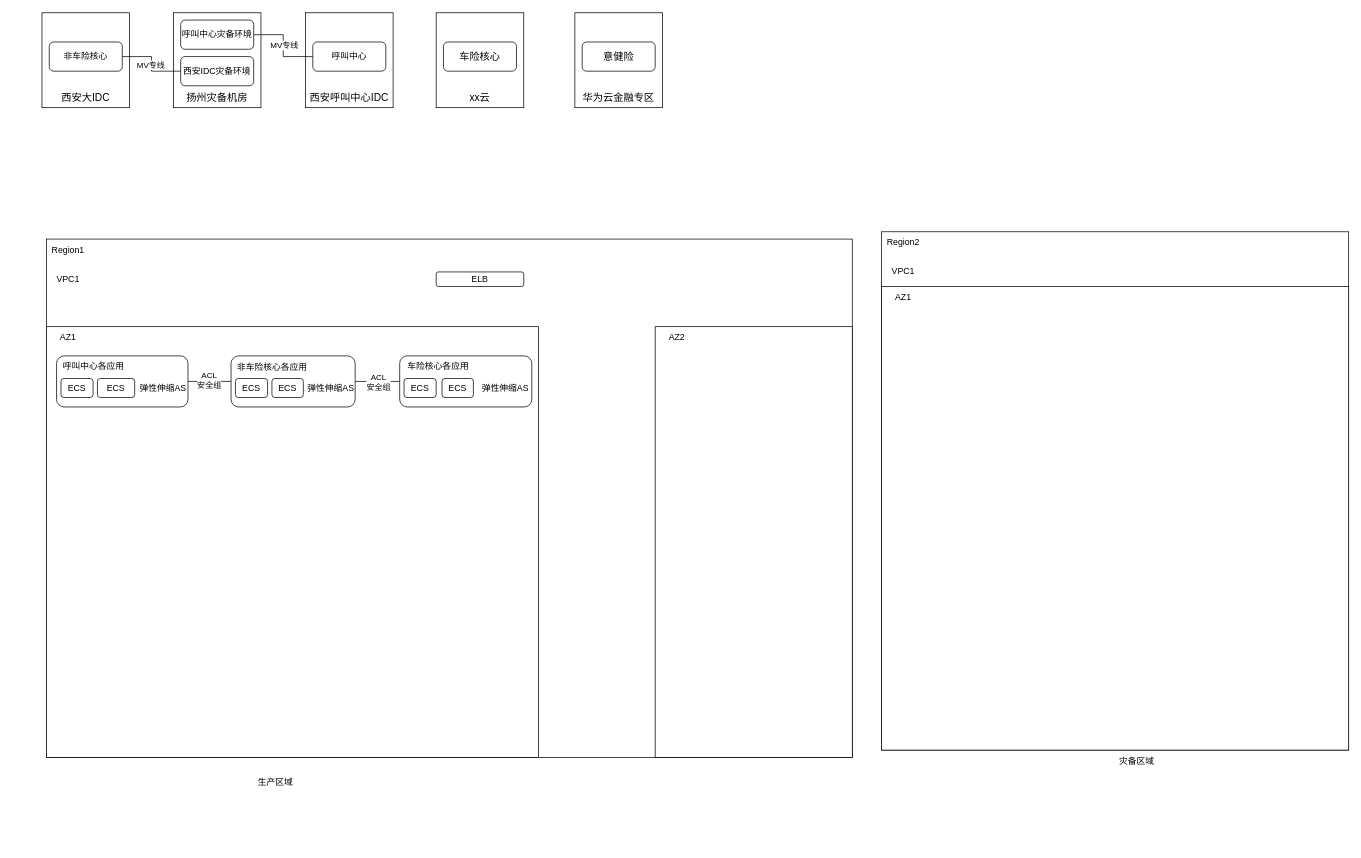
This is 华为云上云架构设计研讨.drawio from wucaitian/wucaitian, a draw.io file, before an edit. Source tidied: cells renumbered, new cells numbered last; positions are measured from the earlier drawing's top-left corner, leaving out a move shared by most shapes. Both pictures are drawn from the tidied source at 73%, with x=0, y=0 at pixel (42, 12).
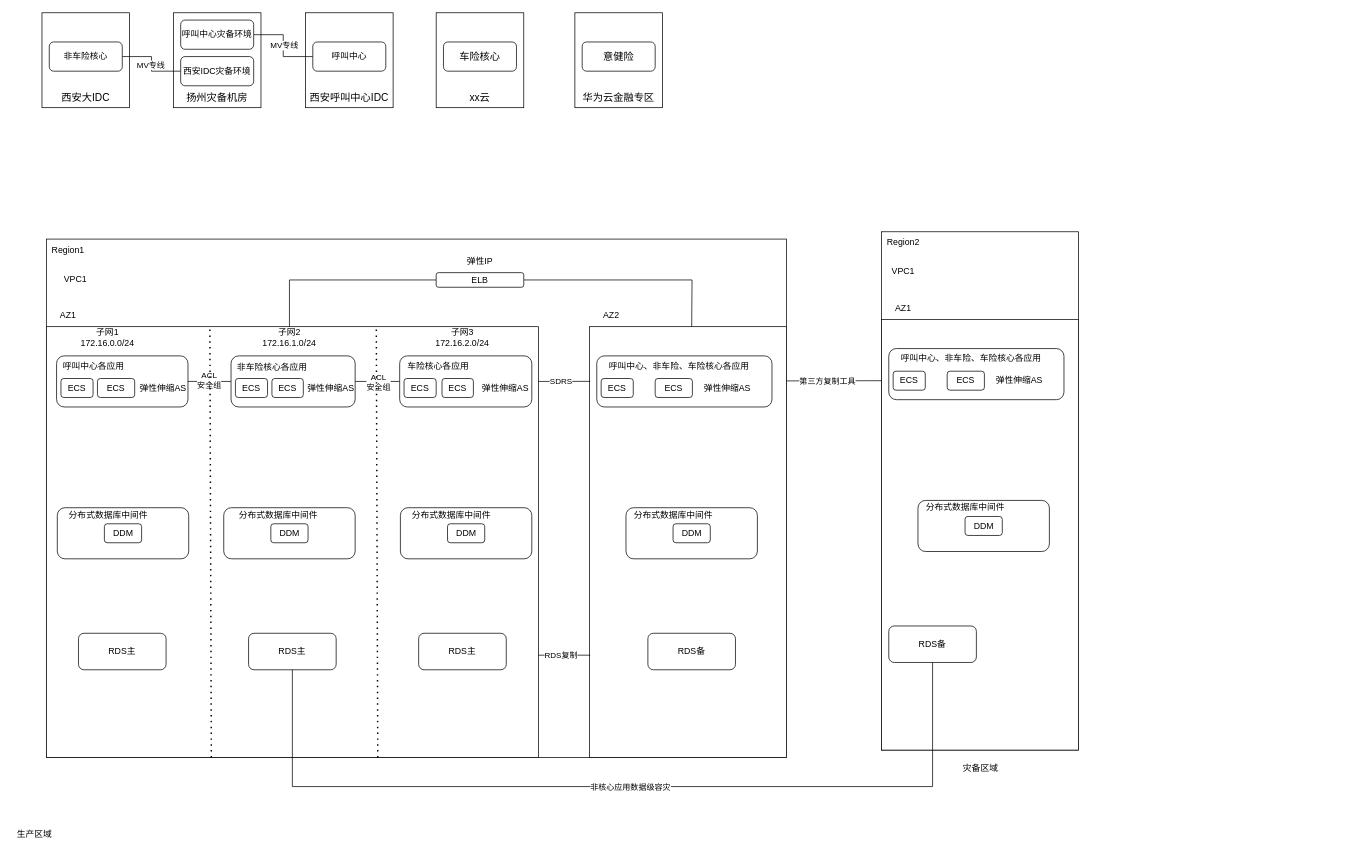
The same diagram, later.

Commit message (it also covers changes not shown here):
更新华为云上云架构设计研讨.drawio

The edit, as a diff of the source:
```diff
@@
     <mxCell id="17" value="&lt;p style=&quot;margin: 0pt 0pt 0.0001pt; text-align: justify; font-family: Calibri; font-size: 10.5pt;&quot; class=&quot;MsoNormal&quot;&gt;&lt;br&gt;&lt;/p&gt;" style="rounded=0;whiteSpace=wrap;html=1;" parent="1" vertex="1">
-      <mxGeometry x="6" y="310" width="1104" height="710" as="geometry" />
+      <mxGeometry x="6" y="310" width="1014" height="710" as="geometry" />
     </mxCell>
@@
     <mxCell id="20" value="VPC1" style="text;html=1;strokeColor=none;fillColor=none;align=center;verticalAlign=middle;whiteSpace=wrap;rounded=0;" parent="1" vertex="1">
-      <mxGeometry x="6" y="350" width="60" height="30" as="geometry" />
+      <mxGeometry x="16" y="350" width="60" height="30" as="geometry" />
     </mxCell>
     <mxCell id="21" style="rounded=0;whiteSpace=wrap;html=1;" parent="1" vertex="1">
-      <mxGeometry x="840" y="430" width="270" height="590" as="geometry" />
+      <mxGeometry x="750" y="430" width="270" height="590" as="geometry" />
     </mxCell>
     <mxCell id="22" value="AZ1" style="text;html=1;strokeColor=none;fillColor=none;align=center;verticalAlign=middle;whiteSpace=wrap;rounded=0;" parent="1" vertex="1">
-      <mxGeometry x="6" y="430" width="60" height="30" as="geometry" />
+      <mxGeometry x="6" y="400" width="60" height="30" as="geometry" />
     </mxCell>
     <mxCell id="23" value="AZ2" style="text;html=1;strokeColor=none;fillColor=none;align=center;verticalAlign=middle;whiteSpace=wrap;rounded=0;" parent="1" vertex="1">
-      <mxGeometry x="840" y="430" width="60" height="30" as="geometry" />
+      <mxGeometry x="750" y="400" width="60" height="30" as="geometry" />
     </mxCell>
     <mxCell id="24" value="生产区域" style="text;html=1;strokeColor=none;fillColor=none;align=center;verticalAlign=middle;whiteSpace=wrap;rounded=0;" parent="1" vertex="1">
-      <mxGeometry x="290" y="1040" width="60" height="30" as="geometry" />
+      <mxGeometry x="-40" y="1110" width="60" height="30" as="geometry" />
     </mxCell>
     <mxCell id="25" value="&lt;p style=&quot;margin: 0pt 0pt 0.0001pt; text-align: justify; font-family: Calibri; font-size: 10.5pt;&quot; class=&quot;MsoNormal&quot;&gt;&lt;br&gt;&lt;/p&gt;" style="rounded=0;whiteSpace=wrap;html=1;" parent="1" vertex="1">
-      <mxGeometry x="1150" y="300" width="640" height="710" as="geometry" />
+      <mxGeometry x="1150" y="300" width="270" height="710" as="geometry" />
     </mxCell>
@@
-    <mxCell id="27" style="rounded=0;whiteSpace=wrap;html=1;" parent="1" vertex="1">
-      <mxGeometry x="1150" y="375" width="640" height="635" as="geometry" />
-    </mxCell>
@@
-    <mxCell id="29" value="AZ1" style="text;html=1;strokeColor=none;fillColor=none;align=center;verticalAlign=middle;whiteSpace=wrap;rounded=0;" parent="1" vertex="1">
-      <mxGeometry x="1150" y="375" width="60" height="30" as="geometry" />
-    </mxCell>
     <mxCell id="30" value="灾备区域" style="text;html=1;strokeColor=none;fillColor=none;align=center;verticalAlign=middle;whiteSpace=wrap;rounded=0;" parent="1" vertex="1">
-      <mxGeometry x="1470" y="1010" width="60" height="30" as="geometry" />
+      <mxGeometry x="1255.5" y="1020" width="60" height="30" as="geometry" />
     </mxCell>
+    <mxCell id="51" style="edgeStyle=orthogonalEdgeStyle;rounded=0;jettySize=auto;html=1;entryX=0.5;entryY=0;entryDx=0;entryDy=0;endArrow=none;endFill=0;" parent="1" edge="1" source="31" target="62">
+      <mxGeometry relative="1" as="geometry" />
+    </mxCell>
+    <mxCell id="52" style="edgeStyle=orthogonalEdgeStyle;rounded=0;jettySize=auto;html=1;endArrow=none;endFill=0;" parent="1" edge="1" source="31">
+      <mxGeometry relative="1" as="geometry">
+        <mxPoint x="890" y="430" as="targetPoint" />
+      </mxGeometry>
+    </mxCell>
     <mxCell id="31" value="ELB" style="rounded=1;whiteSpace=wrap;html=1;" parent="1" vertex="1">
-      <mxGeometry x="540" y="355" width="120" height="20" as="geometry" />
+      <mxGeometry x="540" y="356" width="120" height="20" as="geometry" />
     </mxCell>
@@
+    <mxCell id="53" style="rounded=1;whiteSpace=wrap;html=1;" parent="1" vertex="1">
+      <mxGeometry x="21" y="678" width="180" height="70" as="geometry" />
+    </mxCell>
+    <mxCell id="54" value="DDM" style="rounded=1;whiteSpace=wrap;html=1;" parent="1" vertex="1">
+      <mxGeometry x="85.5" y="700" width="51" height="26" as="geometry" />
+    </mxCell>
+    <mxCell id="55" style="rounded=1;whiteSpace=wrap;html=1;" parent="1" vertex="1">
+      <mxGeometry x="249" y="678" width="180" height="70" as="geometry" />
+    </mxCell>
+    <mxCell id="56" value="DDM" style="rounded=1;whiteSpace=wrap;html=1;" parent="1" vertex="1">
+      <mxGeometry x="313.5" y="700" width="51" height="26" as="geometry" />
+    </mxCell>
+    <mxCell id="57" style="rounded=1;whiteSpace=wrap;html=1;" parent="1" vertex="1">
+      <mxGeometry x="491" y="678" width="180" height="70" as="geometry" />
+    </mxCell>
+    <mxCell id="58" value="DDM" style="rounded=1;whiteSpace=wrap;html=1;" parent="1" vertex="1">
+      <mxGeometry x="555.5" y="700" width="51" height="26" as="geometry" />
+    </mxCell>
+    <mxCell id="59" style="endArrow=none;dashed=1;html=1;dashPattern=1 3;strokeWidth=2;rounded=0;" parent="1" edge="1">
+      <mxGeometry relative="1" as="geometry">
+        <mxPoint x="460" y="1020" as="sourcePoint" />
+        <mxPoint x="458" y="430" as="targetPoint" />
+      </mxGeometry>
+    </mxCell>
+    <mxCell id="60" style="endArrow=none;dashed=1;html=1;dashPattern=1 3;strokeWidth=2;rounded=0;" parent="1" edge="1">
+      <mxGeometry relative="1" as="geometry">
+        <mxPoint x="232" y="1020" as="sourcePoint" />
+        <mxPoint x="230" y="430" as="targetPoint" />
+      </mxGeometry>
+    </mxCell>
+    <mxCell id="61" value="子网1&lt;br&gt;172.16.0.0/24" style="text;html=1;strokeColor=none;fillColor=none;align=center;verticalAlign=middle;whiteSpace=wrap;rounded=0;" parent="1" vertex="1">
+      <mxGeometry x="60" y="430" width="60" height="30" as="geometry" />
+    </mxCell>
+    <mxCell id="62" value="子网2&lt;br&gt;172.16.1.0/24" style="text;html=1;strokeColor=none;fillColor=none;align=center;verticalAlign=middle;whiteSpace=wrap;rounded=0;" parent="1" vertex="1">
+      <mxGeometry x="309" y="430" width="60" height="30" as="geometry" />
+    </mxCell>
+    <mxCell id="63" value="子网3&lt;br&gt;172.16.2.0/24" style="text;html=1;strokeColor=none;fillColor=none;align=center;verticalAlign=middle;whiteSpace=wrap;rounded=0;" parent="1" vertex="1">
+      <mxGeometry x="546" y="430" width="60" height="30" as="geometry" />
+    </mxCell>
+    <mxCell id="64" style="rounded=1;whiteSpace=wrap;html=1;" parent="1" vertex="1">
+      <mxGeometry x="760" y="470" width="240" height="70" as="geometry" />
+    </mxCell>
+    <mxCell id="65" value="ECS" style="rounded=1;whiteSpace=wrap;html=1;" parent="1" vertex="1">
+      <mxGeometry x="766" y="501" width="44" height="26" as="geometry" />
+    </mxCell>
+    <mxCell id="66" value="ECS" style="rounded=1;whiteSpace=wrap;html=1;" parent="1" vertex="1">
+      <mxGeometry x="840" y="501" width="51" height="26" as="geometry" />
+    </mxCell>
+    <mxCell id="67" value="弹性伸缩AS" style="text;html=1;strokeColor=none;fillColor=none;align=center;verticalAlign=middle;whiteSpace=wrap;rounded=0;" parent="1" vertex="1">
+      <mxGeometry x="904" y="499" width="70" height="30" as="geometry" />
+    </mxCell>
+    <mxCell id="68" value="呼叫中心、非车险、车险核心各应用" style="text;html=1;strokeColor=none;fillColor=none;align=center;verticalAlign=middle;whiteSpace=wrap;rounded=0;" parent="1" vertex="1">
+      <mxGeometry x="766" y="469" width="214" height="30" as="geometry" />
+    </mxCell>
+    <mxCell id="69" value="RDS备" style="rounded=1;whiteSpace=wrap;html=1;" parent="1" vertex="1">
+      <mxGeometry x="830" y="850" width="120" height="50" as="geometry" />
+    </mxCell>
+    <mxCell id="70" style="rounded=1;whiteSpace=wrap;html=1;" parent="1" vertex="1">
+      <mxGeometry x="800" y="678" width="180" height="70" as="geometry" />
+    </mxCell>
+    <mxCell id="71" value="DDM" style="rounded=1;whiteSpace=wrap;html=1;" parent="1" vertex="1">
+      <mxGeometry x="864.5" y="700" width="51" height="26" as="geometry" />
+    </mxCell>
+    <mxCell id="72" value="分布式数据库中间件" style="text;html=1;strokeColor=none;fillColor=none;align=center;verticalAlign=middle;whiteSpace=wrap;rounded=0;" parent="1" vertex="1">
+      <mxGeometry x="800" y="673" width="130" height="30" as="geometry" />
+    </mxCell>
+    <mxCell id="73" value="RDS主" style="rounded=1;whiteSpace=wrap;html=1;" parent="1" vertex="1">
+      <mxGeometry x="516" y="850" width="120" height="50" as="geometry" />
+    </mxCell>
+    <mxCell id="74" value="RDS主" style="rounded=1;whiteSpace=wrap;html=1;" parent="1" vertex="1">
+      <mxGeometry x="283" y="850" width="120" height="50" as="geometry" />
+    </mxCell>
+    <mxCell id="75" value="RDS主" style="rounded=1;whiteSpace=wrap;html=1;" parent="1" vertex="1">
+      <mxGeometry x="50" y="850" width="120" height="50" as="geometry" />
+    </mxCell>
+    <mxCell id="76" style="endArrow=none;html=1;rounded=0;exitX=0.004;exitY=0.127;exitDx=0;exitDy=0;exitPerimeter=0;" parent="1" edge="1" source="21">
+      <mxGeometry relative="1" as="geometry">
+        <mxPoint x="680" y="505" as="targetPoint" />
+      </mxGeometry>
+    </mxCell>
+    <mxCell id="77" value="SDRS" style="edgeLabel;html=1;align=center;verticalAlign=middle;" parent="76" vertex="1">
+      <mxGeometry x="0.16" relative="1" as="geometry" />
+    </mxCell>
+    <mxCell id="78" value="分布式数据库中间件" style="text;html=1;strokeColor=none;fillColor=none;align=center;verticalAlign=middle;whiteSpace=wrap;rounded=0;" parent="1" vertex="1">
+      <mxGeometry x="26" y="673" width="130" height="30" as="geometry" />
+    </mxCell>
+    <mxCell id="79" value="分布式数据库中间件" style="text;html=1;strokeColor=none;fillColor=none;align=center;verticalAlign=middle;whiteSpace=wrap;rounded=0;" parent="1" vertex="1">
+      <mxGeometry x="259" y="673" width="130" height="30" as="geometry" />
+    </mxCell>
+    <mxCell id="80" value="分布式数据库中间件" style="text;html=1;strokeColor=none;fillColor=none;align=center;verticalAlign=middle;whiteSpace=wrap;rounded=0;" parent="1" vertex="1">
+      <mxGeometry x="496" y="673" width="130" height="30" as="geometry" />
+    </mxCell>
+    <mxCell id="81" style="endArrow=none;html=1;rounded=0;exitX=0.004;exitY=0.127;exitDx=0;exitDy=0;exitPerimeter=0;" parent="1" edge="1">
+      <mxGeometry relative="1" as="geometry">
+        <mxPoint x="751" y="880" as="sourcePoint" />
+        <mxPoint x="680" y="880" as="targetPoint" />
+      </mxGeometry>
+    </mxCell>
+    <mxCell id="82" value="RDS复制" style="edgeLabel;html=1;align=center;verticalAlign=middle;" parent="81" vertex="1">
+      <mxGeometry x="0.16" relative="1" as="geometry" />
+    </mxCell>
+    <mxCell id="83" value="弹性IP" style="text;html=1;strokeColor=none;fillColor=none;align=center;verticalAlign=middle;whiteSpace=wrap;rounded=0;" parent="1" vertex="1">
+      <mxGeometry x="570" y="326" width="60" height="30" as="geometry" />
+    </mxCell>
+    <mxCell id="84" style="rounded=0;whiteSpace=wrap;html=1;" parent="1" vertex="1">
+      <mxGeometry x="1150" y="420" width="270" height="590" as="geometry" />
+    </mxCell>
+    <mxCell id="29" value="AZ1" style="text;html=1;strokeColor=none;fillColor=none;align=center;verticalAlign=middle;whiteSpace=wrap;rounded=0;" parent="1" vertex="1">
+      <mxGeometry x="1150" y="390" width="60" height="30" as="geometry" />
+    </mxCell>
+    <mxCell id="85" style="rounded=1;whiteSpace=wrap;html=1;" parent="1" vertex="1">
+      <mxGeometry x="1160" y="460" width="240" height="70" as="geometry" />
+    </mxCell>
+    <mxCell id="86" value="ECS" style="rounded=1;whiteSpace=wrap;html=1;" parent="1" vertex="1">
+      <mxGeometry x="1166" y="491" width="44" height="26" as="geometry" />
+    </mxCell>
+    <mxCell id="87" value="ECS" style="rounded=1;whiteSpace=wrap;html=1;" parent="1" vertex="1">
+      <mxGeometry x="1240" y="491" width="51" height="26" as="geometry" />
+    </mxCell>
+    <mxCell id="88" value="弹性伸缩AS" style="text;html=1;strokeColor=none;fillColor=none;align=center;verticalAlign=middle;whiteSpace=wrap;rounded=0;" parent="1" vertex="1">
+      <mxGeometry x="1304" y="489" width="70" height="30" as="geometry" />
+    </mxCell>
+    <mxCell id="89" value="呼叫中心、非车险、车险核心各应用" style="text;html=1;strokeColor=none;fillColor=none;align=center;verticalAlign=middle;whiteSpace=wrap;rounded=0;" parent="1" vertex="1">
+      <mxGeometry x="1166" y="459" width="214" height="30" as="geometry" />
+    </mxCell>
+    <mxCell id="90" value="RDS备" style="rounded=1;whiteSpace=wrap;html=1;" parent="1" vertex="1">
+      <mxGeometry x="1160" y="840" width="120" height="50" as="geometry" />
+    </mxCell>
+    <mxCell id="91" style="rounded=1;whiteSpace=wrap;html=1;" parent="1" vertex="1">
+      <mxGeometry x="1200" y="668" width="180" height="70" as="geometry" />
+    </mxCell>
+    <mxCell id="92" value="DDM" style="rounded=1;whiteSpace=wrap;html=1;" parent="1" vertex="1">
+      <mxGeometry x="1264.5" y="690" width="51" height="26" as="geometry" />
+    </mxCell>
+    <mxCell id="93" value="分布式数据库中间件" style="text;html=1;strokeColor=none;fillColor=none;align=center;verticalAlign=middle;whiteSpace=wrap;rounded=0;" parent="1" vertex="1">
+      <mxGeometry x="1200" y="663" width="130" height="30" as="geometry" />
+    </mxCell>
+    <mxCell id="94" style="edgeStyle=orthogonalEdgeStyle;rounded=0;jettySize=auto;html=1;entryX=0.5;entryY=1;entryDx=0;entryDy=0;endArrow=none;endFill=0;" parent="1" edge="1" source="74" target="90">
+      <mxGeometry relative="1" as="geometry">
+        <Array as="points">
+          <mxPoint x="343" y="1060" />
+          <mxPoint x="1220" y="1060" />
+        </Array>
+      </mxGeometry>
+    </mxCell>
+    <mxCell id="95" value="非核心应用数据级容灾" style="edgeLabel;html=1;align=center;verticalAlign=middle;" parent="94" vertex="1">
+      <mxGeometry x="0.03" relative="1" as="geometry" />
+    </mxCell>
+    <mxCell id="96" style="endArrow=none;html=1;rounded=0;" parent="1" edge="1">
+      <mxGeometry relative="1" as="geometry">
+        <mxPoint x="1150" y="504" as="sourcePoint" />
+        <mxPoint x="1020" y="504.3" as="targetPoint" />
+      </mxGeometry>
+    </mxCell>
+    <mxCell id="97" value="第三方复制工具" style="edgeLabel;html=1;align=center;verticalAlign=middle;" parent="96" vertex="1">
+      <mxGeometry x="0.16" relative="1" as="geometry" />
+    </mxCell>
```
